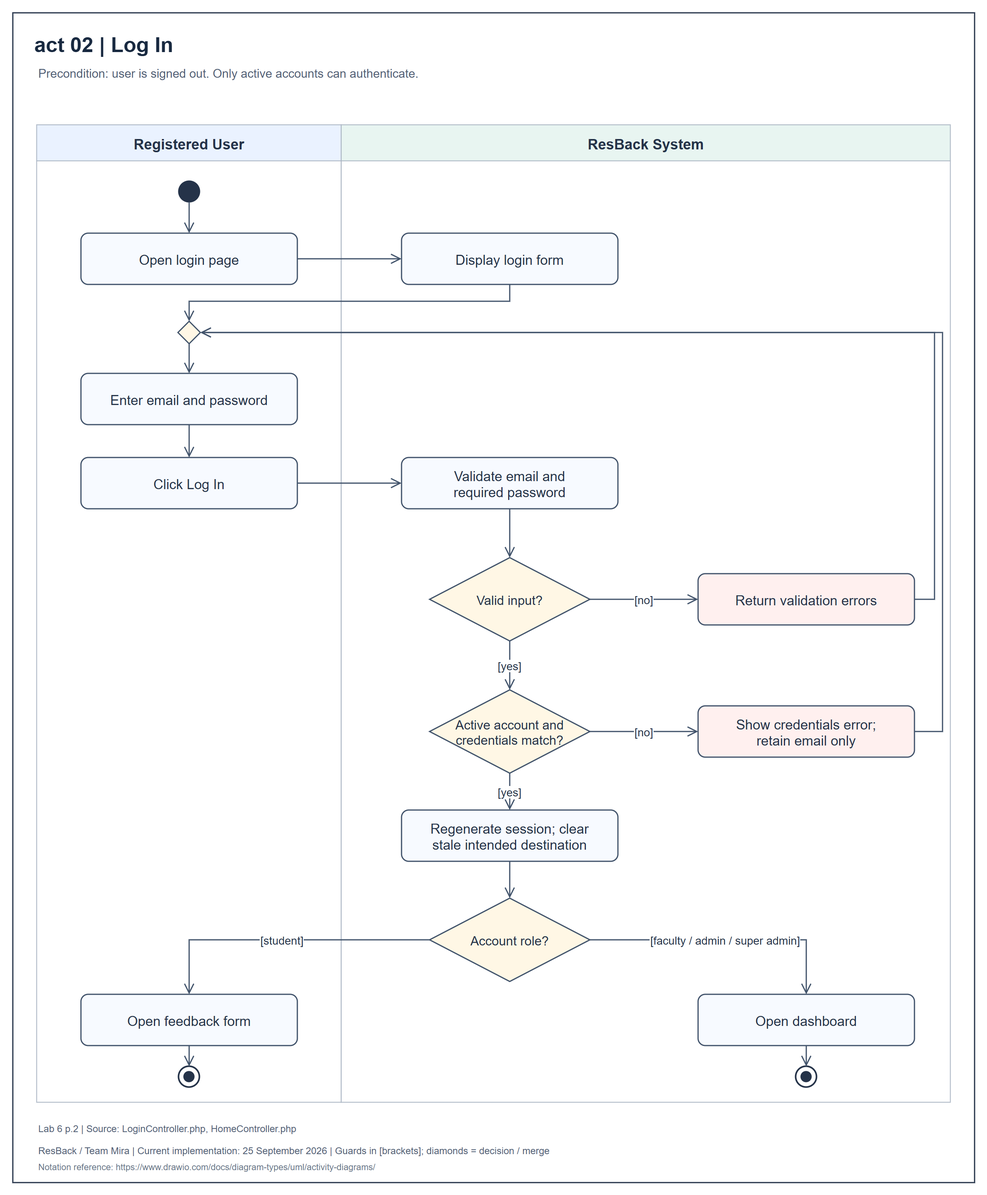
Earlier version of the draw.io export diagrams/activity/png/02-log-in.png (Joshua12393/resback-system). Source tidied: cells renumbered, new cells last; positions are measured from the earlier drawing's top-left corner, leaving out a move shared by most shapes. Source of this version:
```xml
<mxGraphModel background="#ffffff">
  <root>
    <mxCell id="0" />
    <mxCell id="1" parent="0" />
    <mxCell id="2" style="fontFamily=Arial;html=0;fontColor=#253349;rounded=0;fillColor=#ffffff;strokeColor=#253349;strokeWidth=1.5;" parent="1" vertex="1">
      <mxGeometry width="1200" height="1460" as="geometry" />
    </mxCell>
    <mxCell id="3" value="act  02  |  Log In" style="fontFamily=Arial;html=0;fontColor=#253349;shape=rectangle;fillColor=none;strokeColor=none;align=left;fontSize=26;fontStyle=1;fontColor=#182940;" parent="1" vertex="1">
      <mxGeometry x="25" y="18" width="1140" height="38" as="geometry" />
    </mxCell>
    <mxCell id="4" value="Precondition: user is signed out. Only active accounts can authenticate." style="fontFamily=Arial;html=0;fontColor=#253349;shape=rectangle;fillColor=none;strokeColor=none;align=left;verticalAlign=top;fontSize=15;fontColor=#526176;whiteSpace=wrap;" parent="1" vertex="1">
      <mxGeometry x="30" y="65" width="1140" height="57" as="geometry" />
    </mxCell>
    <mxCell id="5" value="Registered User" style="fontFamily=Arial;html=0;fontColor=#253349;shape=swimlane;horizontal=1;startSize=45;fillColor=#eaf2ff;swimlaneFillColor=#ffffff;strokeColor=#a8b3c1;strokeWidth=1;fontSize=18;fontStyle=1;" parent="1" vertex="1">
      <mxGeometry x="30" y="140" width="380" height="1220" as="geometry" />
    </mxCell>
    <mxCell id="6" value="ResBack System" style="fontFamily=Arial;html=0;fontColor=#253349;shape=swimlane;horizontal=1;startSize=45;fillColor=#e8f5f1;swimlaneFillColor=#ffffff;strokeColor=#a8b3c1;strokeWidth=1;fontSize=18;fontStyle=1;" parent="1" vertex="1">
      <mxGeometry x="410" y="140" width="760" height="1220" as="geometry" />
    </mxCell>
    <mxCell id="7" value="Lab 6 p.2 | Source: LoginController.php, HomeController.php" style="fontFamily=Arial;html=0;fontColor=#253349;shape=rectangle;fillColor=none;strokeColor=none;align=left;fontSize=12;fontColor=#526176;" parent="1" vertex="1">
      <mxGeometry x="30" y="1379" width="1140" height="26" as="geometry" />
    </mxCell>
    <mxCell id="8" value="ResBack / Team Mira  |  Current implementation: 25 September 2026  |  Guards in [brackets]; diamonds = decision / merge" style="fontFamily=Arial;html=0;fontColor=#253349;shape=rectangle;fillColor=none;strokeColor=none;align=left;fontSize=12;fontColor=#526176;" parent="1" vertex="1">
      <mxGeometry x="30" y="1407" width="1140" height="25" as="geometry" />
    </mxCell>
    <mxCell id="9" value="Notation reference: https://www.drawio.com/docs/diagram-types/uml/activity-diagrams/" style="fontFamily=Arial;html=0;fontColor=#253349;shape=rectangle;fillColor=none;strokeColor=none;align=left;fontSize=11;fontColor=#68758a;" parent="1" vertex="1">
      <mxGeometry x="30" y="1430" width="1140" height="20" as="geometry" />
    </mxCell>
    <mxCell id="10" style="fontFamily=Arial;html=0;fontColor=#253349;whiteSpace=wrap;align=center;verticalAlign=middle;spacing=8;fontSize=17;strokeColor=#40526a;strokeWidth=1.5;shape=ellipse;fillColor=#253349;strokeColor=#253349;" parent="5" vertex="1">
      <mxGeometry x="177" y="70" width="26" height="26" as="geometry" />
    </mxCell>
    <mxCell id="11" value="Open login page" style="fontFamily=Arial;html=0;fontColor=#253349;whiteSpace=wrap;align=center;verticalAlign=middle;spacing=8;fontSize=17;strokeColor=#40526a;strokeWidth=1.5;rounded=1;arcSize=18;absoluteArcSize=1;fillColor=#f7faff;" parent="5" vertex="1">
      <mxGeometry x="55" y="135" width="270" height="64" as="geometry" />
    </mxCell>
    <mxCell id="12" value="Display login form" style="fontFamily=Arial;html=0;fontColor=#253349;whiteSpace=wrap;align=center;verticalAlign=middle;spacing=8;fontSize=17;strokeColor=#40526a;strokeWidth=1.5;rounded=1;arcSize=18;absoluteArcSize=1;fillColor=#f7faff;" parent="6" vertex="1">
      <mxGeometry x="75" y="135" width="270" height="64" as="geometry" />
    </mxCell>
    <mxCell id="13" style="fontFamily=Arial;html=0;fontColor=#253349;whiteSpace=wrap;align=center;verticalAlign=middle;spacing=8;fontSize=17;strokeColor=#40526a;strokeWidth=1.5;shape=rhombus;fillColor=#fff7e5;fontSize=16;spacing=0;" parent="5" vertex="1">
      <mxGeometry x="176" y="245" width="28" height="28" as="geometry" />
    </mxCell>
    <mxCell id="14" value="Enter email and password" style="fontFamily=Arial;html=0;fontColor=#253349;whiteSpace=wrap;align=center;verticalAlign=middle;spacing=8;fontSize=17;strokeColor=#40526a;strokeWidth=1.5;rounded=1;arcSize=18;absoluteArcSize=1;fillColor=#f7faff;" parent="5" vertex="1">
      <mxGeometry x="55" y="310" width="270" height="64" as="geometry" />
    </mxCell>
    <mxCell id="15" value="Click Log In" style="fontFamily=Arial;html=0;fontColor=#253349;whiteSpace=wrap;align=center;verticalAlign=middle;spacing=8;fontSize=17;strokeColor=#40526a;strokeWidth=1.5;rounded=1;arcSize=18;absoluteArcSize=1;fillColor=#f7faff;" parent="5" vertex="1">
      <mxGeometry x="55" y="415" width="270" height="64" as="geometry" />
    </mxCell>
    <mxCell id="16" value="Validate email and&#10;required password" style="fontFamily=Arial;html=0;fontColor=#253349;whiteSpace=wrap;align=center;verticalAlign=middle;spacing=8;fontSize=17;strokeColor=#40526a;strokeWidth=1.5;rounded=1;arcSize=18;absoluteArcSize=1;fillColor=#f7faff;" parent="6" vertex="1">
      <mxGeometry x="75" y="415" width="270" height="64" as="geometry" />
    </mxCell>
    <mxCell id="17" value="Valid input?" style="fontFamily=Arial;html=0;fontColor=#253349;whiteSpace=wrap;align=center;verticalAlign=middle;spacing=8;fontSize=17;strokeColor=#40526a;strokeWidth=1.5;shape=rhombus;fillColor=#fff7e5;fontSize=16;spacing=0;" parent="6" vertex="1">
      <mxGeometry x="110" y="540" width="200" height="104" as="geometry" />
    </mxCell>
    <mxCell id="18" value="Return validation errors" style="fontFamily=Arial;html=0;fontColor=#253349;whiteSpace=wrap;align=center;verticalAlign=middle;spacing=8;fontSize=17;strokeColor=#40526a;strokeWidth=1.5;rounded=1;arcSize=18;absoluteArcSize=1;fillColor=#fff0ef;" parent="6" vertex="1">
      <mxGeometry x="445" y="560" width="270" height="64" as="geometry" />
    </mxCell>
    <mxCell id="19" value="Active account and&#10;credentials match?" style="fontFamily=Arial;html=0;fontColor=#253349;whiteSpace=wrap;align=center;verticalAlign=middle;spacing=8;fontSize=17;strokeColor=#40526a;strokeWidth=1.5;shape=rhombus;fillColor=#fff7e5;fontSize=16;spacing=0;" parent="6" vertex="1">
      <mxGeometry x="110" y="705" width="200" height="104" as="geometry" />
    </mxCell>
    <mxCell id="20" value="Show credentials error;&#10;retain email only" style="fontFamily=Arial;html=0;fontColor=#253349;whiteSpace=wrap;align=center;verticalAlign=middle;spacing=8;fontSize=17;strokeColor=#40526a;strokeWidth=1.5;rounded=1;arcSize=18;absoluteArcSize=1;fillColor=#fff0ef;" parent="6" vertex="1">
      <mxGeometry x="445" y="725" width="270" height="64" as="geometry" />
    </mxCell>
    <mxCell id="21" value="Regenerate session; clear&#10;stale intended destination" style="fontFamily=Arial;html=0;fontColor=#253349;whiteSpace=wrap;align=center;verticalAlign=middle;spacing=8;fontSize=17;strokeColor=#40526a;strokeWidth=1.5;rounded=1;arcSize=18;absoluteArcSize=1;fillColor=#f7faff;" parent="6" vertex="1">
      <mxGeometry x="75" y="855" width="270" height="64" as="geometry" />
    </mxCell>
    <mxCell id="22" value="Account role?" style="fontFamily=Arial;html=0;fontColor=#253349;whiteSpace=wrap;align=center;verticalAlign=middle;spacing=8;fontSize=17;strokeColor=#40526a;strokeWidth=1.5;shape=rhombus;fillColor=#fff7e5;fontSize=16;spacing=0;" parent="6" vertex="1">
      <mxGeometry x="110" y="965" width="200" height="104" as="geometry" />
    </mxCell>
    <mxCell id="23" value="Open feedback form" style="fontFamily=Arial;html=0;fontColor=#253349;whiteSpace=wrap;align=center;verticalAlign=middle;spacing=8;fontSize=17;strokeColor=#40526a;strokeWidth=1.5;rounded=1;arcSize=18;absoluteArcSize=1;fillColor=#f7faff;" parent="5" vertex="1">
      <mxGeometry x="55" y="1085" width="270" height="64" as="geometry" />
    </mxCell>
    <mxCell id="24" value="Open dashboard" style="fontFamily=Arial;html=0;fontColor=#253349;whiteSpace=wrap;align=center;verticalAlign=middle;spacing=8;fontSize=17;strokeColor=#40526a;strokeWidth=1.5;rounded=1;arcSize=18;absoluteArcSize=1;fillColor=#f7faff;" parent="6" vertex="1">
      <mxGeometry x="445" y="1085" width="270" height="64" as="geometry" />
    </mxCell>
    <mxCell id="25" style="fontFamily=Arial;html=0;fontColor=#253349;whiteSpace=wrap;align=center;verticalAlign=middle;spacing=8;fontSize=17;strokeColor=#40526a;strokeWidth=1.5;shape=ellipse;fillColor=#ffffff;strokeColor=#253349;strokeWidth=2;" parent="5" vertex="1">
      <mxGeometry x="177" y="1175" width="26" height="26" as="geometry" />
    </mxCell>
    <mxCell id="26" style="fontFamily=Arial;html=0;fontColor=#253349;shape=ellipse;fillColor=#253349;strokeColor=none;" parent="5" vertex="1">
      <mxGeometry x="183" y="1181" width="14" height="14" as="geometry" />
    </mxCell>
    <mxCell id="27" style="fontFamily=Arial;html=0;fontColor=#253349;whiteSpace=wrap;align=center;verticalAlign=middle;spacing=8;fontSize=17;strokeColor=#40526a;strokeWidth=1.5;shape=ellipse;fillColor=#ffffff;strokeColor=#253349;strokeWidth=2;" parent="6" vertex="1">
      <mxGeometry x="567" y="1175" width="26" height="26" as="geometry" />
    </mxCell>
    <mxCell id="28" style="fontFamily=Arial;html=0;fontColor=#253349;shape=ellipse;fillColor=#253349;strokeColor=none;" parent="6" vertex="1">
      <mxGeometry x="573" y="1181" width="14" height="14" as="geometry" />
    </mxCell>
    <mxCell id="29" style="edgeStyle=none;rounded=0;html=0;endArrow=open;endFill=0;endSize=10;strokeColor=#40526a;strokeWidth=1.5;fontSize=14;fontFamily=Arial;fontColor=#253349;labelBackgroundColor=#ffffff;exitX=0.5;exitY=1;entryX=0.5;entryY=0;exitPerimeter=0;entryPerimeter=0;" parent="1" edge="1" source="10" target="11">
      <mxGeometry relative="1" as="geometry" />
    </mxCell>
    <mxCell id="30" style="edgeStyle=none;rounded=0;html=0;endArrow=open;endFill=0;endSize=10;strokeColor=#40526a;strokeWidth=1.5;fontSize=14;fontFamily=Arial;fontColor=#253349;labelBackgroundColor=#ffffff;exitX=1;exitY=0.5;entryX=0;entryY=0.5;exitPerimeter=0;entryPerimeter=0;" parent="1" edge="1" source="11" target="12">
      <mxGeometry relative="1" as="geometry" />
    </mxCell>
    <mxCell id="31" style="edgeStyle=none;rounded=0;html=0;endArrow=open;endFill=0;endSize=10;strokeColor=#40526a;strokeWidth=1.5;fontSize=14;fontFamily=Arial;fontColor=#253349;labelBackgroundColor=#ffffff;exitX=0.5;exitY=1;entryX=0.5;entryY=0;exitPerimeter=0;entryPerimeter=0;" parent="1" edge="1" source="12" target="13">
      <mxGeometry relative="1" as="geometry">
        <Array as="points">
          <mxPoint x="620" y="360" />
          <mxPoint x="220" y="360" />
        </Array>
      </mxGeometry>
    </mxCell>
    <mxCell id="32" style="edgeStyle=none;rounded=0;html=0;endArrow=open;endFill=0;endSize=10;strokeColor=#40526a;strokeWidth=1.5;fontSize=14;fontFamily=Arial;fontColor=#253349;labelBackgroundColor=#ffffff;exitX=0.5;exitY=1;entryX=0.5;entryY=0;exitPerimeter=0;entryPerimeter=0;" parent="1" edge="1" source="13" target="14">
      <mxGeometry relative="1" as="geometry" />
    </mxCell>
    <mxCell id="33" style="edgeStyle=none;rounded=0;html=0;endArrow=open;endFill=0;endSize=10;strokeColor=#40526a;strokeWidth=1.5;fontSize=14;fontFamily=Arial;fontColor=#253349;labelBackgroundColor=#ffffff;exitX=0.5;exitY=1;entryX=0.5;entryY=0;exitPerimeter=0;entryPerimeter=0;" parent="1" edge="1" source="14" target="15">
      <mxGeometry relative="1" as="geometry" />
    </mxCell>
    <mxCell id="34" style="edgeStyle=none;rounded=0;html=0;endArrow=open;endFill=0;endSize=10;strokeColor=#40526a;strokeWidth=1.5;fontSize=14;fontFamily=Arial;fontColor=#253349;labelBackgroundColor=#ffffff;exitX=1;exitY=0.5;entryX=0;entryY=0.5;exitPerimeter=0;entryPerimeter=0;" parent="1" edge="1" source="15" target="16">
      <mxGeometry relative="1" as="geometry" />
    </mxCell>
    <mxCell id="35" style="edgeStyle=none;rounded=0;html=0;endArrow=open;endFill=0;endSize=10;strokeColor=#40526a;strokeWidth=1.5;fontSize=14;fontFamily=Arial;fontColor=#253349;labelBackgroundColor=#ffffff;exitX=0.5;exitY=1;entryX=0.5;entryY=0;exitPerimeter=0;entryPerimeter=0;" parent="1" edge="1" source="16" target="17">
      <mxGeometry relative="1" as="geometry" />
    </mxCell>
    <mxCell id="36" value="[no]" style="edgeStyle=none;rounded=0;html=0;endArrow=open;endFill=0;endSize=10;strokeColor=#40526a;strokeWidth=1.5;fontSize=14;fontFamily=Arial;fontColor=#253349;labelBackgroundColor=#ffffff;exitX=1;exitY=0.5;entryX=0;entryY=0.5;exitPerimeter=0;entryPerimeter=0;" parent="1" edge="1" source="17" target="18">
      <mxGeometry relative="1" as="geometry" />
    </mxCell>
    <mxCell id="37" style="edgeStyle=none;rounded=0;html=0;endArrow=open;endFill=0;endSize=10;strokeColor=#40526a;strokeWidth=1.5;fontSize=14;fontFamily=Arial;fontColor=#253349;labelBackgroundColor=#ffffff;exitX=1;exitY=0.5;entryX=1;entryY=0.5;exitPerimeter=0;entryPerimeter=0;" parent="1" edge="1" source="18" target="13">
      <mxGeometry relative="1" as="geometry">
        <Array as="points">
          <mxPoint x="1150" y="732" />
          <mxPoint x="1150" y="399" />
        </Array>
      </mxGeometry>
    </mxCell>
    <mxCell id="38" value="[yes]" style="edgeStyle=none;rounded=0;html=0;endArrow=open;endFill=0;endSize=10;strokeColor=#40526a;strokeWidth=1.5;fontSize=14;fontFamily=Arial;fontColor=#253349;labelBackgroundColor=#ffffff;exitX=0.5;exitY=1;entryX=0.5;entryY=0;exitPerimeter=0;entryPerimeter=0;" parent="1" edge="1" source="17" target="19">
      <mxGeometry relative="1" as="geometry" />
    </mxCell>
    <mxCell id="39" value="[no]" style="edgeStyle=none;rounded=0;html=0;endArrow=open;endFill=0;endSize=10;strokeColor=#40526a;strokeWidth=1.5;fontSize=14;fontFamily=Arial;fontColor=#253349;labelBackgroundColor=#ffffff;exitX=1;exitY=0.5;entryX=0;entryY=0.5;exitPerimeter=0;entryPerimeter=0;" parent="1" edge="1" source="19" target="20">
      <mxGeometry relative="1" as="geometry" />
    </mxCell>
    <mxCell id="40" style="edgeStyle=none;rounded=0;html=0;endArrow=open;endFill=0;endSize=10;strokeColor=#40526a;strokeWidth=1.5;fontSize=14;fontFamily=Arial;fontColor=#253349;labelBackgroundColor=#ffffff;exitX=1;exitY=0.5;entryX=1;entryY=0.5;exitPerimeter=0;entryPerimeter=0;" parent="1" edge="1" source="20" target="13">
      <mxGeometry relative="1" as="geometry">
        <Array as="points">
          <mxPoint x="1160" y="897" />
          <mxPoint x="1160" y="399" />
        </Array>
      </mxGeometry>
    </mxCell>
    <mxCell id="41" value="[yes]" style="edgeStyle=none;rounded=0;html=0;endArrow=open;endFill=0;endSize=10;strokeColor=#40526a;strokeWidth=1.5;fontSize=14;fontFamily=Arial;fontColor=#253349;labelBackgroundColor=#ffffff;exitX=0.5;exitY=1;entryX=0.5;entryY=0;exitPerimeter=0;entryPerimeter=0;" parent="1" edge="1" source="19" target="21">
      <mxGeometry relative="1" as="geometry" />
    </mxCell>
    <mxCell id="42" style="edgeStyle=none;rounded=0;html=0;endArrow=open;endFill=0;endSize=10;strokeColor=#40526a;strokeWidth=1.5;fontSize=14;fontFamily=Arial;fontColor=#253349;labelBackgroundColor=#ffffff;exitX=0.5;exitY=1;entryX=0.5;entryY=0;exitPerimeter=0;entryPerimeter=0;" parent="1" edge="1" source="21" target="22">
      <mxGeometry relative="1" as="geometry" />
    </mxCell>
    <mxCell id="43" value="[student]" style="edgeStyle=none;rounded=0;html=0;endArrow=open;endFill=0;endSize=10;strokeColor=#40526a;strokeWidth=1.5;fontSize=14;fontFamily=Arial;fontColor=#253349;labelBackgroundColor=#ffffff;exitX=0;exitY=0.5;entryX=0.5;entryY=0;exitPerimeter=0;entryPerimeter=0;" parent="1" edge="1" source="22" target="23">
      <mxGeometry relative="1" as="geometry">
        <Array as="points">
          <mxPoint x="220" y="1157" />
        </Array>
      </mxGeometry>
    </mxCell>
    <mxCell id="44" value="[faculty / admin / super admin]" style="edgeStyle=none;rounded=0;html=0;endArrow=open;endFill=0;endSize=10;strokeColor=#40526a;strokeWidth=1.5;fontSize=14;fontFamily=Arial;fontColor=#253349;labelBackgroundColor=#ffffff;exitX=1;exitY=0.5;entryX=0.5;entryY=0;exitPerimeter=0;entryPerimeter=0;" parent="1" edge="1" source="22" target="24">
      <mxGeometry relative="1" as="geometry">
        <Array as="points">
          <mxPoint x="990" y="1157" />
        </Array>
      </mxGeometry>
    </mxCell>
    <mxCell id="45" style="edgeStyle=none;rounded=0;html=0;endArrow=open;endFill=0;endSize=10;strokeColor=#40526a;strokeWidth=1.5;fontSize=14;fontFamily=Arial;fontColor=#253349;labelBackgroundColor=#ffffff;exitX=0.5;exitY=1;entryX=0.5;entryY=0;exitPerimeter=0;entryPerimeter=0;" parent="1" edge="1" source="23" target="25">
      <mxGeometry relative="1" as="geometry" />
    </mxCell>
    <mxCell id="46" style="edgeStyle=none;rounded=0;html=0;endArrow=open;endFill=0;endSize=10;strokeColor=#40526a;strokeWidth=1.5;fontSize=14;fontFamily=Arial;fontColor=#253349;labelBackgroundColor=#ffffff;exitX=0.5;exitY=1;entryX=0.5;entryY=0;exitPerimeter=0;entryPerimeter=0;" parent="1" edge="1" source="24" target="27">
      <mxGeometry relative="1" as="geometry" />
    </mxCell>
  </root>
</mxGraphModel>
```
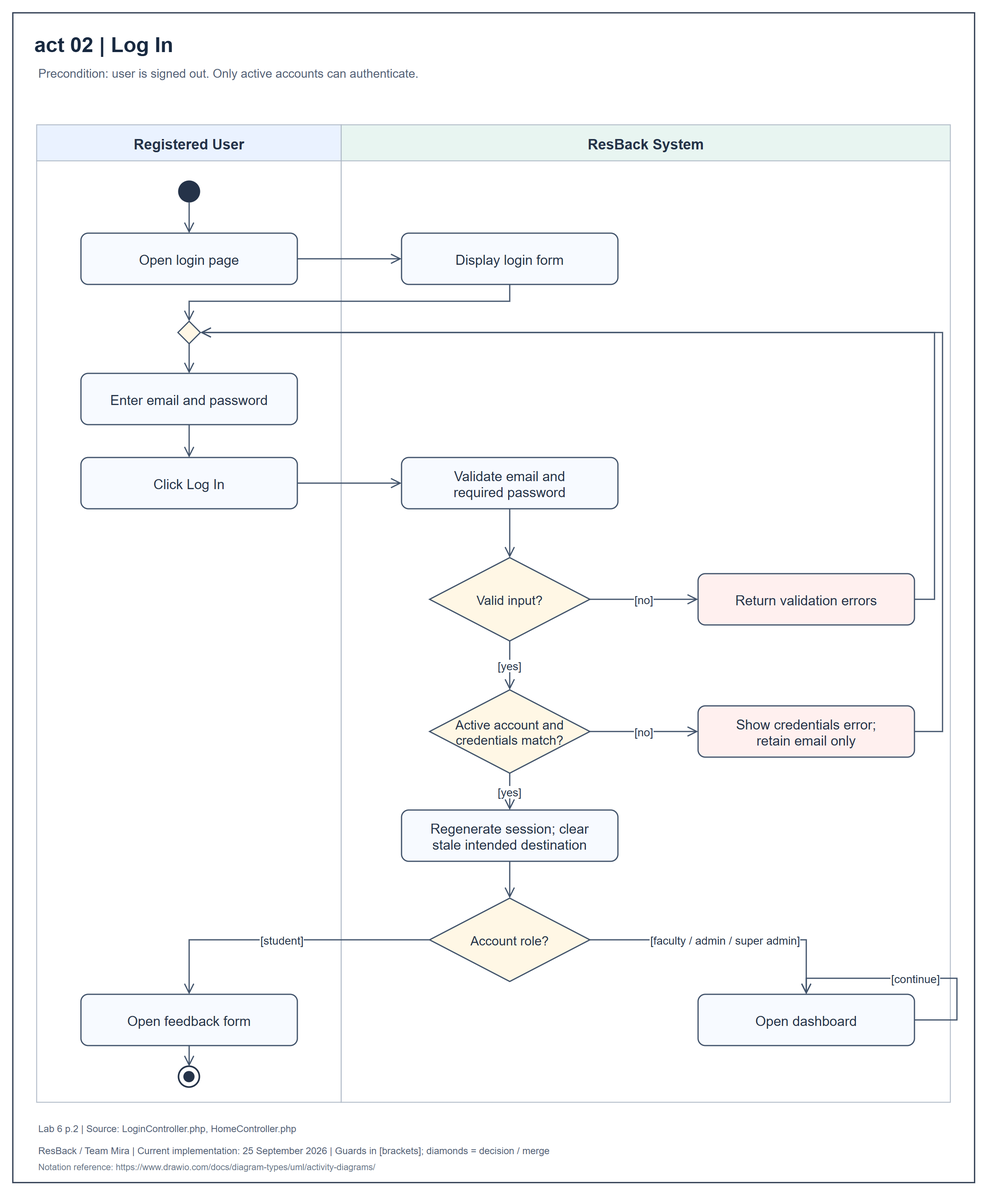
The same file after the commit.

Change to the diagram source:
```diff
@@ -77,12 +77,6 @@
     <mxCell id="26" style="fontFamily=Arial;html=0;fontColor=#253349;shape=ellipse;fillColor=#253349;strokeColor=none;" parent="5" vertex="1">
       <mxGeometry x="183" y="1181" width="14" height="14" as="geometry" />
     </mxCell>
-    <mxCell id="27" style="fontFamily=Arial;html=0;fontColor=#253349;whiteSpace=wrap;align=center;verticalAlign=middle;spacing=8;fontSize=17;strokeColor=#40526a;strokeWidth=1.5;shape=ellipse;fillColor=#ffffff;strokeColor=#253349;strokeWidth=2;" parent="6" vertex="1">
-      <mxGeometry x="567" y="1175" width="26" height="26" as="geometry" />
-    </mxCell>
-    <mxCell id="28" style="fontFamily=Arial;html=0;fontColor=#253349;shape=ellipse;fillColor=#253349;strokeColor=none;" parent="6" vertex="1">
-      <mxGeometry x="573" y="1181" width="14" height="14" as="geometry" />
-    </mxCell>
     <mxCell id="29" style="edgeStyle=none;rounded=0;html=0;endArrow=open;endFill=0;endSize=10;strokeColor=#40526a;strokeWidth=1.5;fontSize=14;fontFamily=Arial;fontColor=#253349;labelBackgroundColor=#ffffff;exitX=0.5;exitY=1;entryX=0.5;entryY=0;exitPerimeter=0;entryPerimeter=0;" parent="1" edge="1" source="10" target="11">
       <mxGeometry relative="1" as="geometry" />
     </mxCell>
@@ -157,8 +151,14 @@
     <mxCell id="45" style="edgeStyle=none;rounded=0;html=0;endArrow=open;endFill=0;endSize=10;strokeColor=#40526a;strokeWidth=1.5;fontSize=14;fontFamily=Arial;fontColor=#253349;labelBackgroundColor=#ffffff;exitX=0.5;exitY=1;entryX=0.5;entryY=0;exitPerimeter=0;entryPerimeter=0;" parent="1" edge="1" source="23" target="25">
       <mxGeometry relative="1" as="geometry" />
     </mxCell>
-    <mxCell id="46" style="edgeStyle=none;rounded=0;html=0;endArrow=open;endFill=0;endSize=10;strokeColor=#40526a;strokeWidth=1.5;fontSize=14;fontFamily=Arial;fontColor=#253349;labelBackgroundColor=#ffffff;exitX=0.5;exitY=1;entryX=0.5;entryY=0;exitPerimeter=0;entryPerimeter=0;" parent="1" edge="1" source="24" target="27">
-      <mxGeometry relative="1" as="geometry" />
-    </mxCell>
+    <mxCell id="47" value="[continue]" style="edgeStyle=none;rounded=0;html=0;endArrow=open;endFill=0;endSize=10;strokeColor=#40526a;strokeWidth=1.5;fontSize=14;fontFamily=Arial;fontColor=#253349;labelBackgroundColor=#ffffff;exitX=1;exitY=0.5;entryX=0.5;entryY=0;exitPerimeter=0;entryPerimeter=0;" parent="1" edge="1" source="24" target="24">
+      <mxGeometry relative="1" as="geometry">
+        <Array as="points">
+          <mxPoint x="1178" y="1257" />
+          <mxPoint x="1178" y="1205" />
+          <mxPoint x="990" y="1205" />
+        </Array>
+      </mxGeometry>
+    </mxCell>
   </root>
 </mxGraphModel>
```
